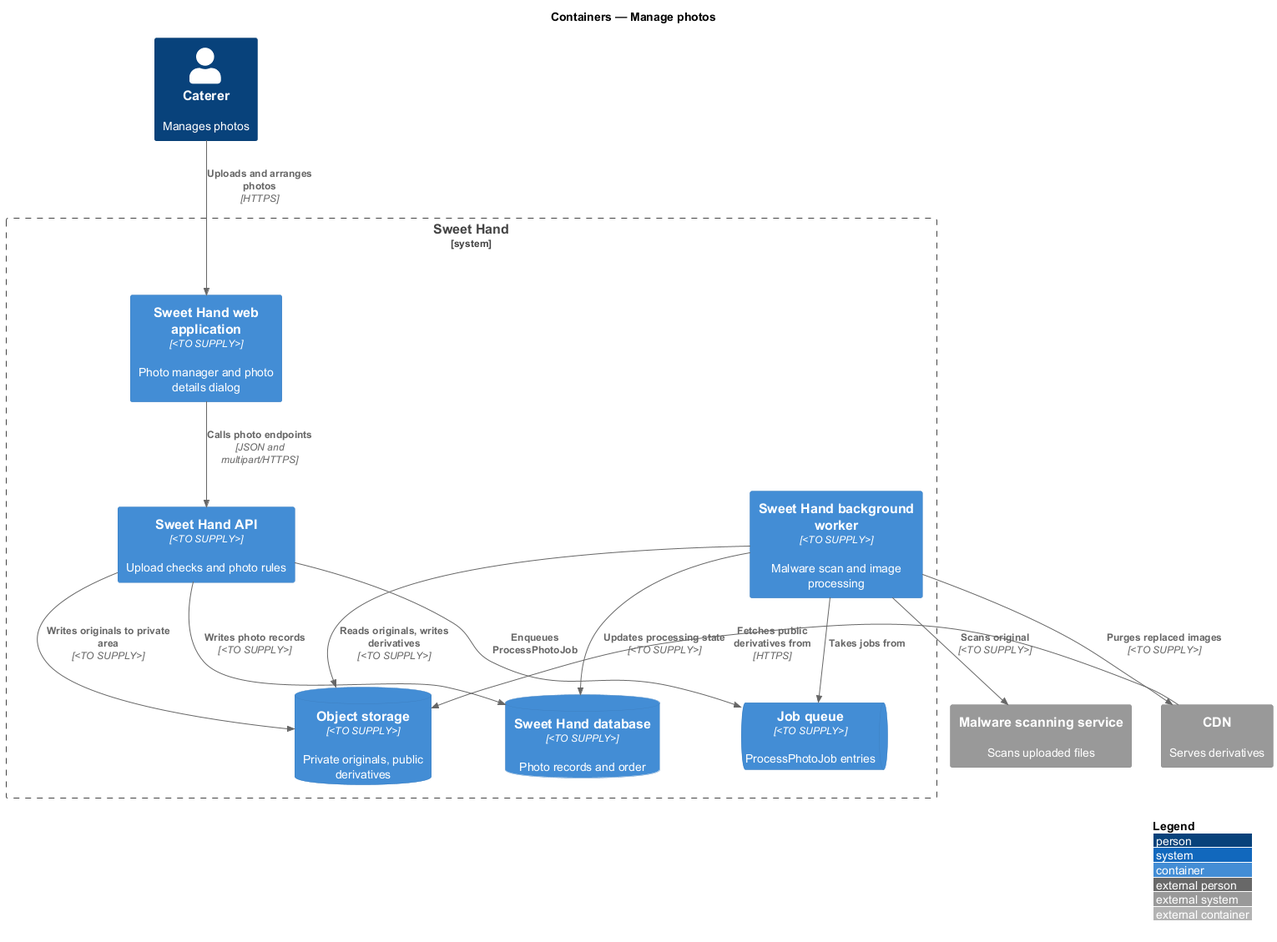
Earlier version of the PlantUML export docs/detailed-designs/caterer-profiles/manage-photos/diagrams/c4-container.png (QuinntyneBrown/sweet-hand). The source it was exported from:
```plantuml
@startuml
!include <C4/C4_Container>
LAYOUT_WITH_LEGEND()
title Containers — Manage photos

Person(caterer, "Caterer", "Manages photos")
System_Boundary(sweethand, "Sweet Hand") {
  Container(web, "Sweet Hand web application", "<TO SUPPLY>", "Photo manager and photo details dialog")
  Container(api, "Sweet Hand API", "<TO SUPPLY>", "Upload checks and photo rules")
  ContainerQueue(queue, "Job queue", "<TO SUPPLY>", "ProcessPhotoJob entries")
  Container(worker, "Sweet Hand background worker", "<TO SUPPLY>", "Malware scan and image processing")
  ContainerDb(db, "Sweet Hand database", "<TO SUPPLY>", "Photo records and order")
  ContainerDb(storage, "Object storage", "<TO SUPPLY>", "Private originals, public derivatives")
}
System_Ext(malware, "Malware scanning service", "Scans uploaded files")
System_Ext(cdn, "CDN", "Serves derivatives")

Rel(caterer, web, "Uploads and arranges photos", "HTTPS")
Rel(web, api, "Calls photo endpoints", "JSON and multipart/HTTPS")
Rel(api, storage, "Writes originals to private area", "<TO SUPPLY>")
Rel(api, db, "Writes photo records", "<TO SUPPLY>")
Rel(api, queue, "Enqueues ProcessPhotoJob")
Rel(worker, queue, "Takes jobs from")
Rel(worker, malware, "Scans original", "<TO SUPPLY>")
Rel(worker, storage, "Reads originals, writes derivatives", "<TO SUPPLY>")
Rel(worker, db, "Updates processing state", "<TO SUPPLY>")
Rel(worker, cdn, "Purges replaced images", "<TO SUPPLY>")
Rel(cdn, storage, "Fetches public derivatives from", "HTTPS")
@enduml
```
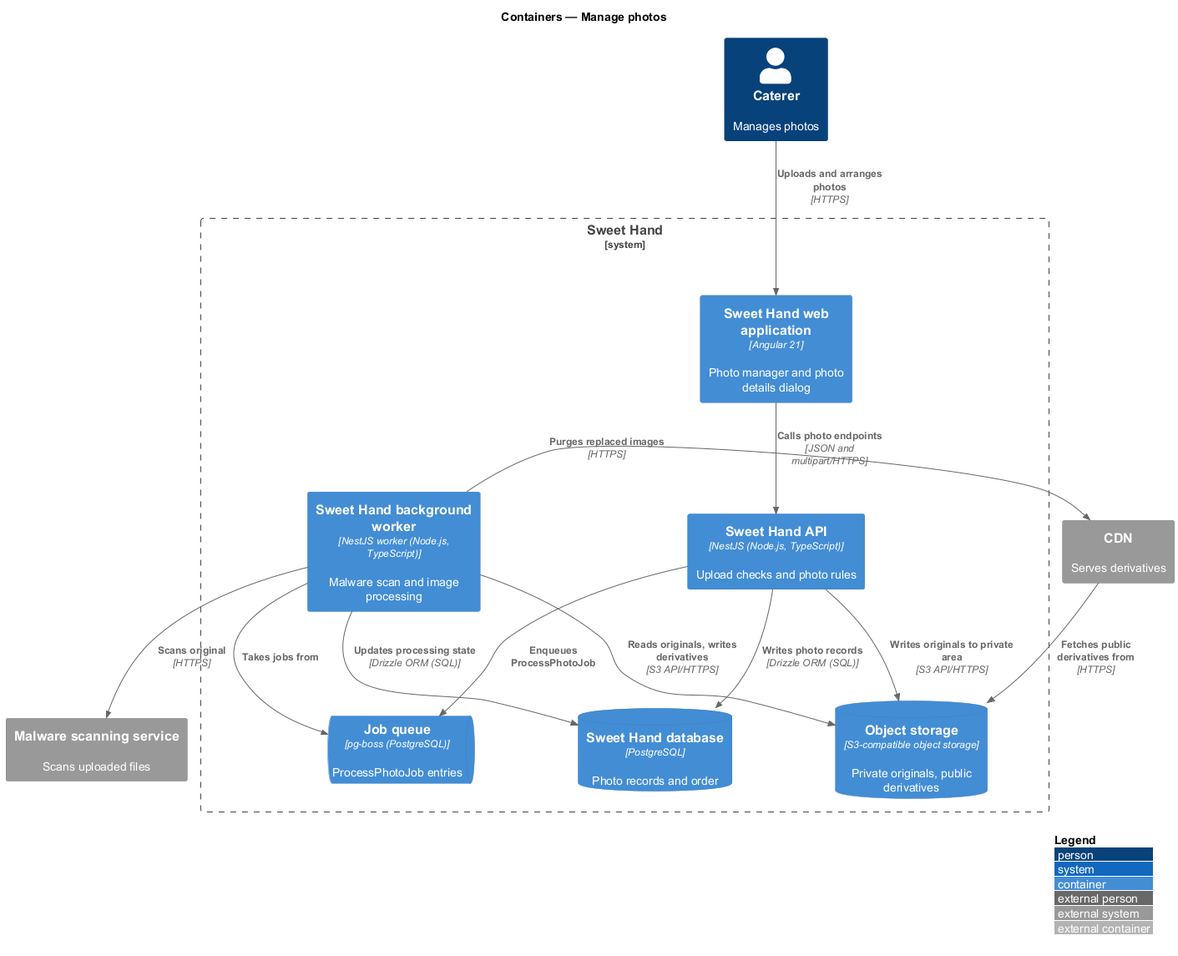
Later version of the same file.

What changed in the source:
```diff
@@ -5,25 +5,25 @@
 
 Person(caterer, "Caterer", "Manages photos")
 System_Boundary(sweethand, "Sweet Hand") {
-  Container(web, "Sweet Hand web application", "<TO SUPPLY>", "Photo manager and photo details dialog")
-  Container(api, "Sweet Hand API", "<TO SUPPLY>", "Upload checks and photo rules")
-  ContainerQueue(queue, "Job queue", "<TO SUPPLY>", "ProcessPhotoJob entries")
-  Container(worker, "Sweet Hand background worker", "<TO SUPPLY>", "Malware scan and image processing")
-  ContainerDb(db, "Sweet Hand database", "<TO SUPPLY>", "Photo records and order")
-  ContainerDb(storage, "Object storage", "<TO SUPPLY>", "Private originals, public derivatives")
+  Container(web, "Sweet Hand web application", "Angular 21", "Photo manager and photo details dialog")
+  Container(api, "Sweet Hand API", "NestJS (Node.js, TypeScript)", "Upload checks and photo rules")
+  ContainerQueue(queue, "Job queue", "pg-boss (PostgreSQL)", "ProcessPhotoJob entries")
+  Container(worker, "Sweet Hand background worker", "NestJS worker (Node.js, TypeScript)", "Malware scan and image processing")
+  ContainerDb(db, "Sweet Hand database", "PostgreSQL", "Photo records and order")
+  ContainerDb(storage, "Object storage", "S3-compatible object storage", "Private originals, public derivatives")
 }
 System_Ext(malware, "Malware scanning service", "Scans uploaded files")
 System_Ext(cdn, "CDN", "Serves derivatives")
 
 Rel(caterer, web, "Uploads and arranges photos", "HTTPS")
 Rel(web, api, "Calls photo endpoints", "JSON and multipart/HTTPS")
-Rel(api, storage, "Writes originals to private area", "<TO SUPPLY>")
-Rel(api, db, "Writes photo records", "<TO SUPPLY>")
+Rel(api, storage, "Writes originals to private area", "S3 API/HTTPS")
+Rel(api, db, "Writes photo records", "Drizzle ORM (SQL)")
 Rel(api, queue, "Enqueues ProcessPhotoJob")
 Rel(worker, queue, "Takes jobs from")
-Rel(worker, malware, "Scans original", "<TO SUPPLY>")
-Rel(worker, storage, "Reads originals, writes derivatives", "<TO SUPPLY>")
-Rel(worker, db, "Updates processing state", "<TO SUPPLY>")
-Rel(worker, cdn, "Purges replaced images", "<TO SUPPLY>")
+Rel(worker, malware, "Scans original", "HTTPS")
+Rel(worker, storage, "Reads originals, writes derivatives", "S3 API/HTTPS")
+Rel(worker, db, "Updates processing state", "Drizzle ORM (SQL)")
+Rel(worker, cdn, "Purges replaced images", "HTTPS")
 Rel(cdn, storage, "Fetches public derivatives from", "HTTPS")
 @enduml
```
